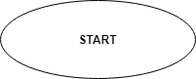
This is olahraga.png from bagassj/SIMP, a draw.io export, as it was before one commit. Source tidied: cells renumbered, new cells last; positions are measured from the earlier drawing's top-left corner, leaving out a move shared by most shapes. Source of this version:
```xml
<mxGraphModel>
  <root>
    <mxCell id="0" />
    <mxCell id="1" parent="0" />
    <mxCell id="2" value="&lt;b&gt;START&lt;/b&gt;" style="ellipse;whiteSpace=wrap;html=1;rounded=1;" parent="1" vertex="1">
      <mxGeometry width="200" height="80" as="geometry" />
    </mxCell>
  </root>
</mxGraphModel>
```
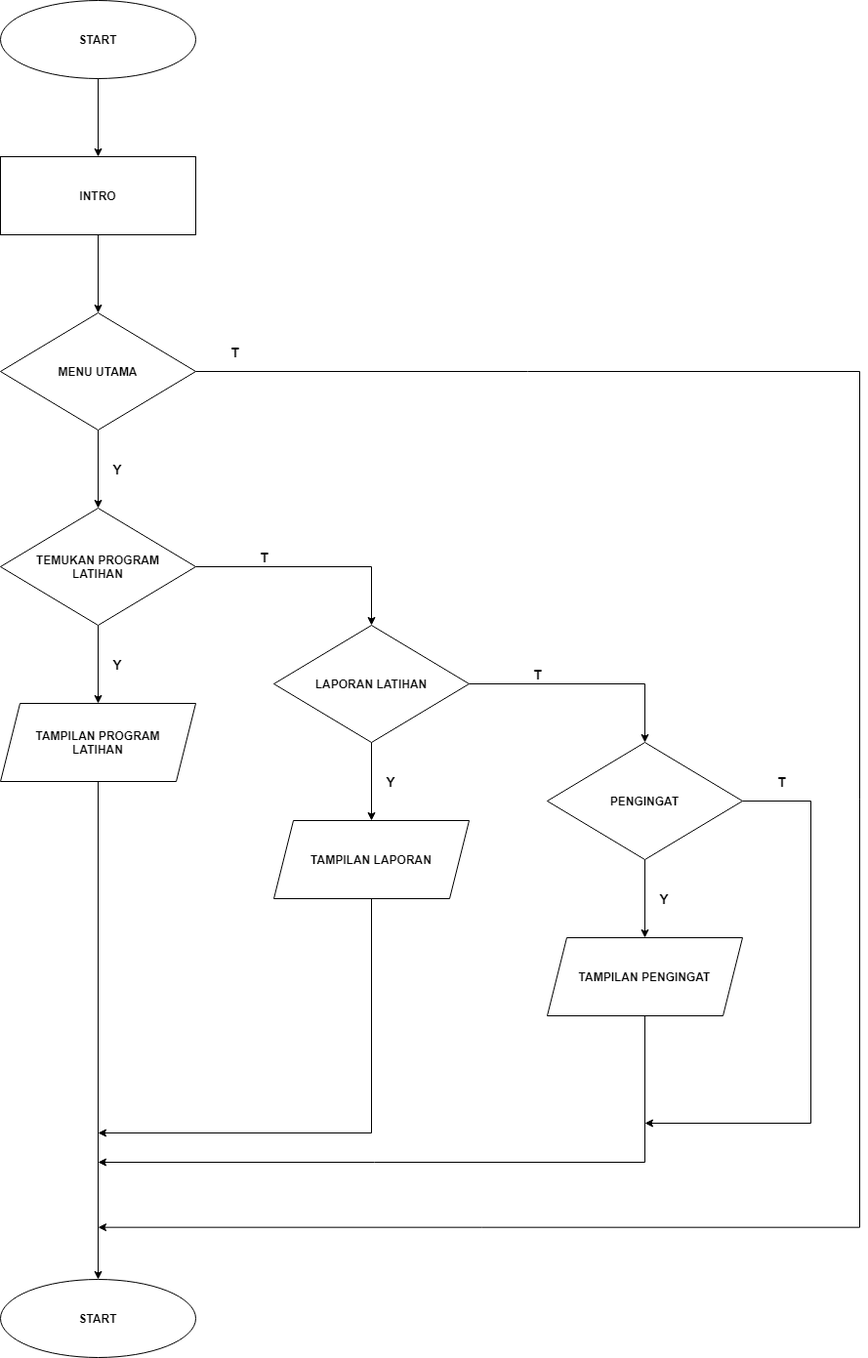
After the commit.

What changed in the source:
```diff
@@ -1,9 +1,127 @@
-<mxGraphModel>
+<mxGraphModel background="#FFFFFF">
   <root>
     <mxCell id="0" />
     <mxCell id="1" parent="0" />
-    <mxCell id="2" value="&lt;b&gt;START&lt;/b&gt;" style="ellipse;whiteSpace=wrap;html=1;rounded=1;" parent="1" vertex="1">
+    <mxCell id="2" value="&lt;b&gt;START&lt;/b&gt;" style="ellipse;whiteSpace=wrap;html=1;rounded=1;sketch=0;" parent="1" vertex="1">
       <mxGeometry width="200" height="80" as="geometry" />
     </mxCell>
+    <mxCell id="3" style="endArrow=classic;html=1;exitX=0.5;exitY=1;exitDx=0;exitDy=0;" parent="1" edge="1" source="2">
+      <mxGeometry relative="1" as="geometry">
+        <mxPoint x="100" y="160" as="targetPoint" />
+      </mxGeometry>
+    </mxCell>
+    <mxCell id="4" style="edgeStyle=orthogonalEdgeStyle;rounded=0;sketch=0;jettySize=auto;html=1;" parent="1" edge="1" source="5" target="8">
+      <mxGeometry relative="1" as="geometry" />
+    </mxCell>
+    <mxCell id="5" value="&lt;b&gt;INTRO&lt;/b&gt;" style="rounded=0;whiteSpace=wrap;html=1;sketch=0;" parent="1" vertex="1">
+      <mxGeometry y="160" width="200" height="80" as="geometry" />
+    </mxCell>
+    <mxCell id="6" style="edgeStyle=orthogonalEdgeStyle;rounded=0;sketch=0;jettySize=auto;html=1;" parent="1" edge="1" source="8" target="11">
+      <mxGeometry relative="1" as="geometry" />
+    </mxCell>
+    <mxCell id="7" style="edgeStyle=orthogonalEdgeStyle;rounded=0;sketch=0;jettySize=auto;html=1;" parent="1" edge="1" source="8">
+      <mxGeometry relative="1" as="geometry">
+        <mxPoint x="100" y="1256.7" as="targetPoint" />
+        <Array as="points">
+          <mxPoint x="880" y="380" />
+          <mxPoint x="880" y="1257" />
+        </Array>
+      </mxGeometry>
+    </mxCell>
+    <mxCell id="8" value="&lt;b&gt;MENU UTAMA&lt;/b&gt;" style="rhombus;whiteSpace=wrap;html=1;rounded=0;sketch=0;" parent="1" vertex="1">
+      <mxGeometry y="320" width="200" height="120" as="geometry" />
+    </mxCell>
+    <mxCell id="9" style="edgeStyle=orthogonalEdgeStyle;rounded=0;sketch=0;jettySize=auto;html=1;entryX=0.5;entryY=0;entryDx=0;entryDy=0;" parent="1" edge="1" source="11" target="15">
+      <mxGeometry relative="1" as="geometry" />
+    </mxCell>
+    <mxCell id="10" style="edgeStyle=orthogonalEdgeStyle;rounded=0;sketch=0;jettySize=auto;html=1;entryX=0.5;entryY=0;entryDx=0;entryDy=0;" parent="1" edge="1" source="11" target="13">
+      <mxGeometry relative="1" as="geometry" />
+    </mxCell>
+    <mxCell id="11" value="&lt;b&gt;TEMUKAN&amp;nbsp;PROGRAM&lt;br&gt;&lt;/b&gt;&lt;b&gt;LATIHAN&lt;/b&gt;&lt;b&gt;&lt;br&gt;&lt;/b&gt;" style="rhombus;whiteSpace=wrap;html=1;rounded=0;sketch=0;" parent="1" vertex="1">
+      <mxGeometry y="520" width="200" height="120" as="geometry" />
+    </mxCell>
+    <mxCell id="12" style="edgeStyle=orthogonalEdgeStyle;rounded=0;sketch=0;jettySize=auto;html=1;entryX=0.5;entryY=0;entryDx=0;entryDy=0;" parent="1" edge="1" source="13" target="21">
+      <mxGeometry relative="1" as="geometry" />
+    </mxCell>
+    <mxCell id="13" value="&lt;b&gt;LAPORAN LATIHAN&lt;/b&gt;" style="rhombus;whiteSpace=wrap;html=1;rounded=0;sketch=0;" parent="1" vertex="1">
+      <mxGeometry x="280" y="640" width="200" height="120" as="geometry" />
+    </mxCell>
+    <mxCell id="14" style="edgeStyle=orthogonalEdgeStyle;rounded=0;sketch=0;jettySize=auto;html=1;entryX=0.5;entryY=0;entryDx=0;entryDy=0;" parent="1" edge="1" source="15" target="16">
+      <mxGeometry relative="1" as="geometry" />
+    </mxCell>
+    <mxCell id="15" value="TAMPILAN PROGRAM&lt;br&gt;LATIHAN" style="shape=parallelogram;perimeter=parallelogramPerimeter;whiteSpace=wrap;html=1;fixedSize=1;rounded=0;sketch=0;fontStyle=1;" parent="1" vertex="1">
+      <mxGeometry y="720" width="200" height="80" as="geometry" />
+    </mxCell>
+    <mxCell id="16" value="&lt;b&gt;START&lt;/b&gt;" style="ellipse;whiteSpace=wrap;html=1;rounded=1;sketch=0;" parent="1" vertex="1">
+      <mxGeometry y="1310" width="200" height="80" as="geometry" />
+    </mxCell>
+    <mxCell id="17" style="edgeStyle=orthogonalEdgeStyle;rounded=0;sketch=0;jettySize=auto;html=1;entryX=0.5;entryY=0;entryDx=0;entryDy=0;" parent="1" edge="1" target="19">
+      <mxGeometry relative="1" as="geometry">
+        <mxPoint x="380" y="760" as="sourcePoint" />
+      </mxGeometry>
+    </mxCell>
+    <mxCell id="18" style="edgeStyle=orthogonalEdgeStyle;rounded=0;sketch=0;jettySize=auto;html=1;" parent="1" edge="1" source="19">
+      <mxGeometry relative="1" as="geometry">
+        <mxPoint x="100" y="1160" as="targetPoint" />
+        <Array as="points">
+          <mxPoint x="380" y="1160" />
+        </Array>
+      </mxGeometry>
+    </mxCell>
+    <mxCell id="19" value="TAMPILAN LAPORAN" style="shape=parallelogram;perimeter=parallelogramPerimeter;whiteSpace=wrap;html=1;fixedSize=1;rounded=0;sketch=0;fontStyle=1;" parent="1" vertex="1">
+      <mxGeometry x="280" y="840" width="200" height="80" as="geometry" />
+    </mxCell>
+    <mxCell id="20" style="edgeStyle=orthogonalEdgeStyle;rounded=0;sketch=0;jettySize=auto;html=1;" parent="1" edge="1" source="21">
+      <mxGeometry relative="1" as="geometry">
+        <mxPoint x="660" y="1150" as="targetPoint" />
+        <Array as="points">
+          <mxPoint x="830" y="820" />
+          <mxPoint x="830" y="1150" />
+        </Array>
+      </mxGeometry>
+    </mxCell>
+    <mxCell id="21" value="&lt;b&gt;PENGINGAT&lt;/b&gt;" style="rhombus;whiteSpace=wrap;html=1;rounded=0;sketch=0;" parent="1" vertex="1">
+      <mxGeometry x="560" y="760" width="200" height="120" as="geometry" />
+    </mxCell>
+    <mxCell id="22" style="edgeStyle=orthogonalEdgeStyle;rounded=0;sketch=0;jettySize=auto;html=1;entryX=0.5;entryY=0;entryDx=0;entryDy=0;" parent="1" edge="1" target="24">
+      <mxGeometry relative="1" as="geometry">
+        <mxPoint x="660" y="880" as="sourcePoint" />
+      </mxGeometry>
+    </mxCell>
+    <mxCell id="23" style="edgeStyle=orthogonalEdgeStyle;rounded=0;sketch=0;jettySize=auto;html=1;" parent="1" edge="1" source="24">
+      <mxGeometry relative="1" as="geometry">
+        <mxPoint x="100" y="1190" as="targetPoint" />
+        <Array as="points">
+          <mxPoint x="660" y="1190" />
+        </Array>
+      </mxGeometry>
+    </mxCell>
+    <mxCell id="24" value="TAMPILAN PENGINGAT" style="shape=parallelogram;perimeter=parallelogramPerimeter;whiteSpace=wrap;html=1;fixedSize=1;rounded=0;sketch=0;fontStyle=1;" parent="1" vertex="1">
+      <mxGeometry x="560" y="960" width="200" height="80" as="geometry" />
+    </mxCell>
+    <mxCell id="25" value="&lt;b&gt;&lt;font style=&quot;font-size: 14px&quot;&gt;Y&lt;/font&gt;&lt;/b&gt;" style="text;html=1;strokeColor=none;fillColor=none;align=center;verticalAlign=middle;whiteSpace=wrap;rounded=0;sketch=0;" parent="1" vertex="1">
+      <mxGeometry x="100" y="470" width="40" height="20" as="geometry" />
+    </mxCell>
+    <mxCell id="26" value="&lt;span style=&quot;font-size: 14px&quot;&gt;&lt;b&gt;T&lt;/b&gt;&lt;/span&gt;" style="text;html=1;strokeColor=none;fillColor=none;align=center;verticalAlign=middle;whiteSpace=wrap;rounded=0;sketch=0;" parent="1" vertex="1">
+      <mxGeometry x="220" y="350" width="40" height="20" as="geometry" />
+    </mxCell>
+    <mxCell id="27" value="&lt;b&gt;&lt;font style=&quot;font-size: 14px&quot;&gt;Y&lt;/font&gt;&lt;/b&gt;" style="text;html=1;strokeColor=none;fillColor=none;align=center;verticalAlign=middle;whiteSpace=wrap;rounded=0;sketch=0;" parent="1" vertex="1">
+      <mxGeometry x="100" y="670" width="40" height="20" as="geometry" />
+    </mxCell>
+    <mxCell id="28" value="&lt;b&gt;&lt;font style=&quot;font-size: 14px&quot;&gt;Y&lt;/font&gt;&lt;/b&gt;" style="text;html=1;strokeColor=none;fillColor=none;align=center;verticalAlign=middle;whiteSpace=wrap;rounded=0;sketch=0;" parent="1" vertex="1">
+      <mxGeometry x="380" y="790" width="40" height="20" as="geometry" />
+    </mxCell>
+    <mxCell id="29" value="&lt;b&gt;&lt;font style=&quot;font-size: 14px&quot;&gt;Y&lt;/font&gt;&lt;/b&gt;" style="text;html=1;strokeColor=none;fillColor=none;align=center;verticalAlign=middle;whiteSpace=wrap;rounded=0;sketch=0;" parent="1" vertex="1">
+      <mxGeometry x="660" y="910" width="40" height="20" as="geometry" />
+    </mxCell>
+    <mxCell id="30" value="&lt;span style=&quot;font-size: 14px&quot;&gt;&lt;b&gt;T&lt;/b&gt;&lt;/span&gt;" style="text;html=1;strokeColor=none;fillColor=none;align=center;verticalAlign=middle;whiteSpace=wrap;rounded=0;sketch=0;" parent="1" vertex="1">
+      <mxGeometry x="250" y="560" width="40" height="20" as="geometry" />
+    </mxCell>
+    <mxCell id="31" value="&lt;span style=&quot;font-size: 14px&quot;&gt;&lt;b&gt;T&lt;/b&gt;&lt;/span&gt;" style="text;html=1;strokeColor=none;fillColor=none;align=center;verticalAlign=middle;whiteSpace=wrap;rounded=0;sketch=0;" parent="1" vertex="1">
+      <mxGeometry x="530" y="680" width="40" height="20" as="geometry" />
+    </mxCell>
+    <mxCell id="32" value="&lt;span style=&quot;font-size: 14px&quot;&gt;&lt;b&gt;T&lt;/b&gt;&lt;/span&gt;" style="text;html=1;strokeColor=none;fillColor=none;align=center;verticalAlign=middle;whiteSpace=wrap;rounded=0;sketch=0;" parent="1" vertex="1">
+      <mxGeometry x="780" y="790" width="40" height="20" as="geometry" />
+    </mxCell>
   </root>
 </mxGraphModel>
```
